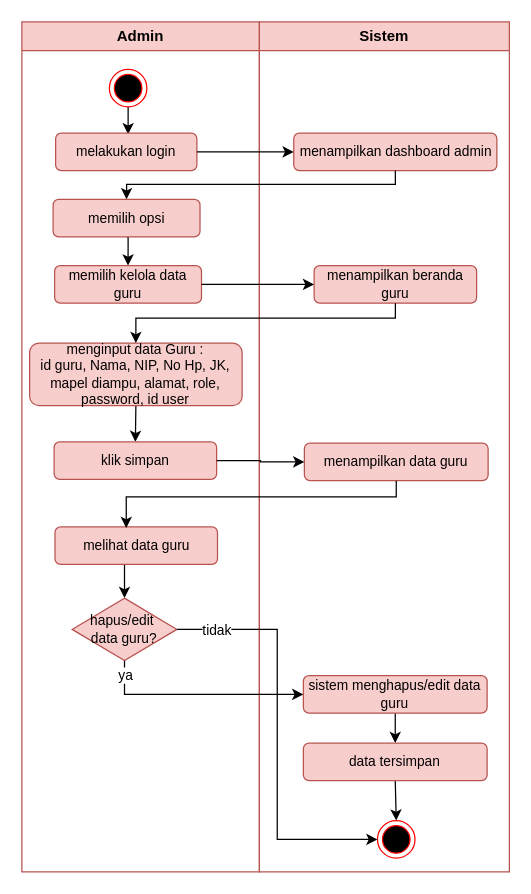
Above: page "ADMIN GURU" (7 of 8) of Diagram Tanpa Judul.drawio in bayudani/diagram (draw.io), before the change. Source tidied: cells renumbered, new cells numbered last; positions are measured from the earlier drawing's top-left corner, leaving out a move shared by most shapes. Both pictures are drawn from the tidied source at 125%, with x=0, y=0 at pixel (21, 21).
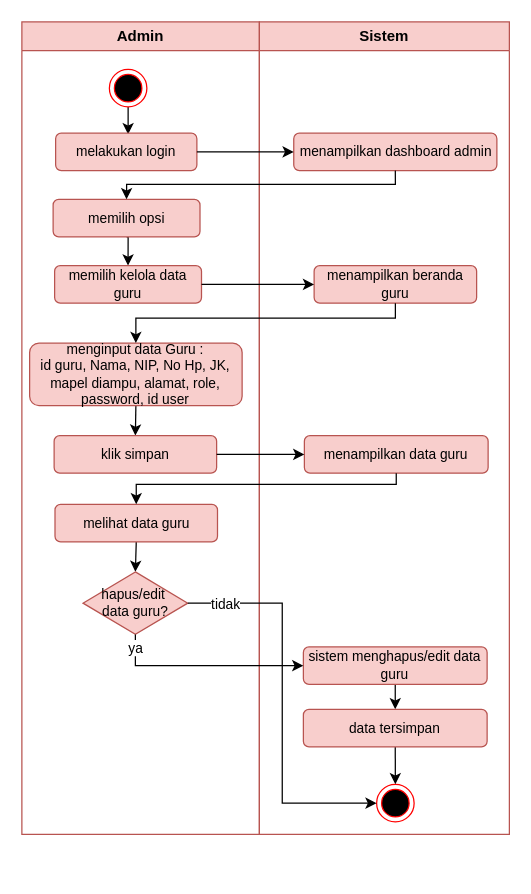
Above is the later version.

What changed in the source:
```diff
@@
     <mxCell id="2" value="Admin" style="swimlane;whiteSpace=wrap;html=1;fillColor=#f8cecc;strokeColor=#b85450;startSize=23;" parent="1" vertex="1">
-      <mxGeometry width="190" height="680" as="geometry" />
+      <mxGeometry width="190" height="650" as="geometry" />
     </mxCell>
@@
     <mxCell id="11" value="klik simpan" style="rounded=1;whiteSpace=wrap;html=1;fillColor=#f8cecc;strokeColor=#b85450;fontSize=11;" parent="2" vertex="1">
-      <mxGeometry x="25.8" y="336" width="130" height="30" as="geometry" />
+      <mxGeometry x="25.8" y="331" width="130" height="30" as="geometry" />
     </mxCell>
@@
     <mxCell id="13" value="melihat data guru" style="rounded=1;whiteSpace=wrap;html=1;fillColor=#f8cecc;strokeColor=#b85450;fontSize=11;" parent="2" vertex="1">
-      <mxGeometry x="26.5" y="404" width="130" height="30" as="geometry" />
+      <mxGeometry x="26.5" y="386" width="130" height="30" as="geometry" />
     </mxCell>
     <mxCell id="14" value="hapus/edit&amp;nbsp;&lt;div&gt;data guru?&lt;/div&gt;" style="rhombus;whiteSpace=wrap;html=1;fontSize=11;fillColor=#f8cecc;strokeColor=#b85450;" parent="2" vertex="1">
-      <mxGeometry x="40.2" y="461" width="83.8" height="50" as="geometry" />
+      <mxGeometry x="48.9" y="440" width="83.8" height="50" as="geometry" />
     </mxCell>
     <mxCell id="15" value="Sistem" style="swimlane;whiteSpace=wrap;html=1;fillColor=#f8cecc;strokeColor=#b85450;" parent="1" vertex="1">
-      <mxGeometry x="190" width="200" height="680" as="geometry" />
+      <mxGeometry x="190" width="200" height="650" as="geometry" />
     </mxCell>
@@
     <mxCell id="17" value="menampilkan data guru" style="rounded=1;whiteSpace=wrap;html=1;fillColor=#f8cecc;strokeColor=#b85450;fontSize=11;" parent="15" vertex="1">
-      <mxGeometry x="36" y="337" width="147" height="30" as="geometry" />
+      <mxGeometry x="36" y="331" width="147" height="30" as="geometry" />
     </mxCell>
     <mxCell id="18" style="ellipse;html=1;shape=endState;fillColor=#000000;strokeColor=#ff0000;" parent="15" vertex="1">
-      <mxGeometry x="94.5" y="639" width="30" height="30" as="geometry" />
+      <mxGeometry x="93.8" y="610" width="30" height="30" as="geometry" />
     </mxCell>
@@
     <mxCell id="21" value="sistem menghapus/edit data guru" style="rounded=1;whiteSpace=wrap;html=1;fillColor=#f8cecc;strokeColor=#b85450;fontSize=11;" parent="15" vertex="1">
-      <mxGeometry x="35.2" y="523" width="147" height="30" as="geometry" />
+      <mxGeometry x="35.2" y="500" width="147" height="30" as="geometry" />
     </mxCell>
@@
     <mxCell id="23" value="data tersimpan" style="rounded=1;whiteSpace=wrap;html=1;fillColor=#f8cecc;strokeColor=#b85450;fontSize=11;" parent="15" vertex="1">
-      <mxGeometry x="35.2" y="577" width="147" height="30" as="geometry" />
+      <mxGeometry x="35.2" y="550" width="147" height="30" as="geometry" />
     </mxCell>
@@
-    <mxCell id="28" style="edgeStyle=orthogonalEdgeStyle;rounded=0;orthogonalLoop=1;jettySize=auto;html=1;exitX=0.5;exitY=1;exitDx=0;exitDy=0;entryX=0.5;entryY=0;entryDx=0;entryDy=0;" parent="1" edge="1">
-      <mxGeometry relative="1" as="geometry">
-        <mxPoint x="299.5" y="367" as="sourcePoint" />
-        <mxPoint x="83.5" y="405" as="targetPoint" />
-        <Array as="points">
-          <mxPoint x="299" y="380" />
-          <mxPoint x="83" y="380" />
-        </Array>
-      </mxGeometry>
-    </mxCell>
@@
+    <mxCell id="34" style="edgeStyle=orthogonalEdgeStyle;rounded=0;jettySize=auto;html=1;exitX=0.5;exitY=1;exitDx=0;exitDy=0;entryX=0.5;entryY=0;entryDx=0;entryDy=0;" parent="1" edge="1" source="17" target="13">
+      <mxGeometry relative="1" as="geometry">
+        <Array as="points">
+          <mxPoint x="299" y="370" />
+          <mxPoint x="91" y="370" />
+        </Array>
+      </mxGeometry>
+    </mxCell>
```
